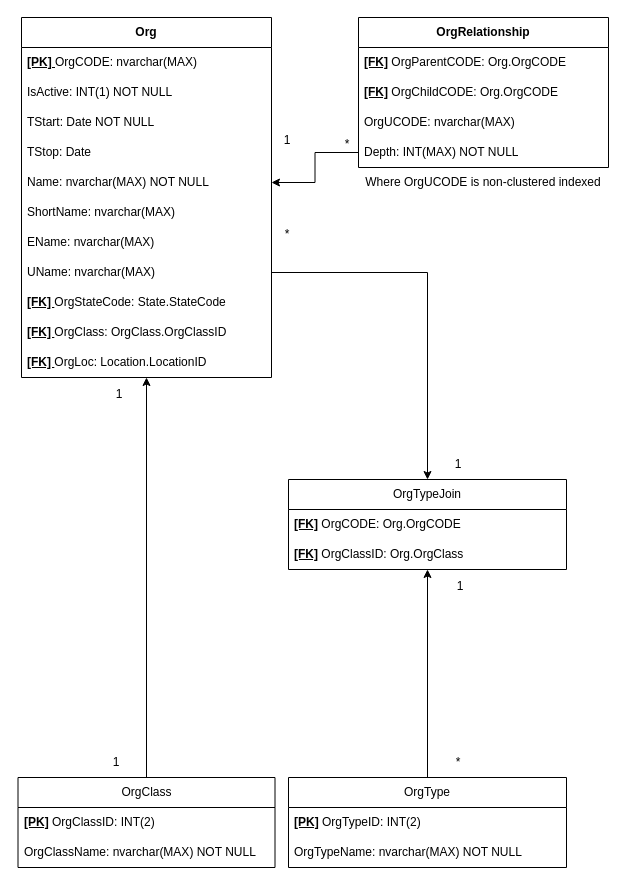
Before: doc/GCAT.Org.drawio in cosmicshuttle/GCAT.NET, a draw.io diagram. Source tidied: cells renumbered, new cells numbered last; positions are measured from the earlier drawing's top-left corner, leaving out a move shared by most shapes. Both pictures are drawn from the tidied source at 100%, with x=0, y=0 at pixel (17, 17).
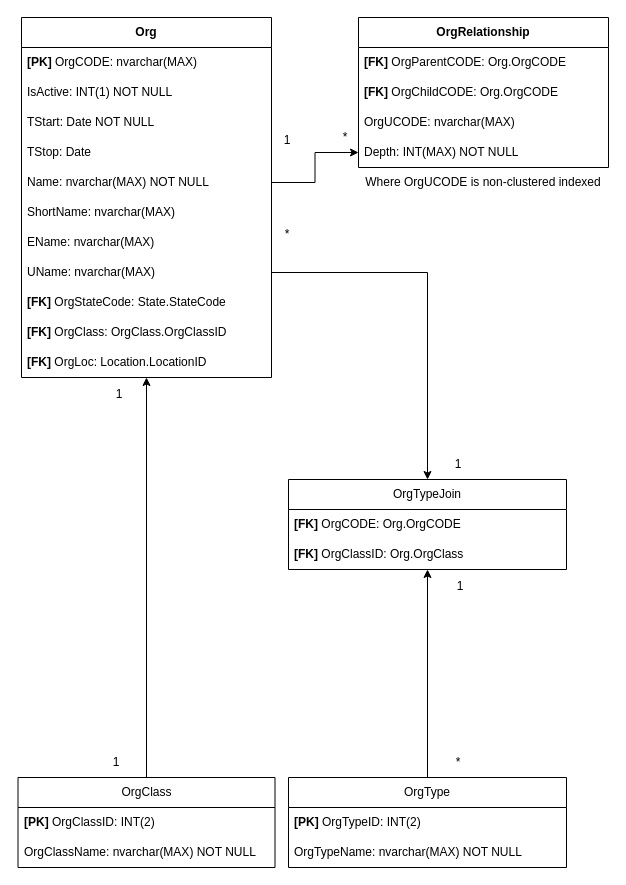
The same diagram, later.

Commit message (it also covers changes not shown here):
Launch site and point db design

Unchanged cells that the change refers to:
```xml
<mxCell id="3" value="OrgClass" style="swimlane;fontStyle=0;horizontal=1;startSize=30;whiteSpace=wrap;html=1;" parent="1" vertex="1">
  <mxGeometry x="0.5" y="760" width="257" height="90" as="geometry" />
</mxCell>
<mxCell id="7" value="OrgType" style="swimlane;fontStyle=0;horizontal=1;startSize=30;whiteSpace=wrap;html=1;" parent="1" vertex="1">
  <mxGeometry x="271" y="760" width="278" height="90" as="geometry" />
</mxCell>
<mxCell id="10" value="&lt;b&gt;OrgRelationship&lt;/b&gt;" style="swimlane;fontStyle=0;horizontal=1;startSize=30;whiteSpace=wrap;html=1;" parent="1" vertex="1">
  <mxGeometry x="341" width="250" height="150" as="geometry" />
</mxCell>
<mxCell id="14" value="Depth: INT(MAX) NOT NULL" style="text;strokeColor=none;fillColor=none;align=left;verticalAlign=middle;spacingLeft=4;spacingRight=4;overflow=hidden;points=[[0,0.5],[1,0.5]];portConstraint=eastwest;whiteSpace=wrap;html=1;" parent="10" vertex="1">
  <mxGeometry y="120" width="250" height="30" as="geometry" />
</mxCell>
<mxCell id="15" value="&lt;b&gt;Org&lt;/b&gt;" style="swimlane;fontStyle=0;horizontal=1;startSize=30;whiteSpace=wrap;html=1;" parent="1" vertex="1">
  <mxGeometry x="4" width="250" height="360" as="geometry" />
</mxCell>
<mxCell id="20" value="Name: nvarchar(MAX) NOT NULL" style="text;strokeColor=none;fillColor=none;align=left;verticalAlign=middle;spacingLeft=4;spacingRight=4;overflow=hidden;points=[[0,0.5],[1,0.5]];portConstraint=eastwest;whiteSpace=wrap;html=1;" parent="15" vertex="1">
  <mxGeometry y="150" width="250" height="30" as="geometry" />
</mxCell>
<mxCell id="27" value="OrgTypeJoin" style="swimlane;fontStyle=0;horizontal=1;startSize=30;whiteSpace=wrap;html=1;" parent="1" vertex="1">
  <mxGeometry x="271" y="462" width="278" height="90" as="geometry" />
</mxCell>
```

Change to the diagram source:
```diff
@@
-    <mxCell id="4" value="&lt;u style=&quot;font-weight: bold;&quot;&gt;[PK]&lt;/u&gt;&amp;nbsp;OrgClassID: INT(2)" style="text;strokeColor=none;fillColor=none;align=left;verticalAlign=middle;spacingLeft=4;spacingRight=4;overflow=hidden;whiteSpace=wrap;html=1;" parent="3" vertex="1">
+    <mxCell id="4" value="&lt;span style=&quot;font-weight: bold;&quot;&gt;[PK]&lt;/span&gt;&amp;nbsp;OrgClassID: INT(2)" style="text;strokeColor=none;fillColor=none;align=left;verticalAlign=middle;spacingLeft=4;spacingRight=4;overflow=hidden;whiteSpace=wrap;html=1;" parent="3" vertex="1">
       <mxGeometry y="30" width="257" height="30" as="geometry" />
     </mxCell>
@@
-    <mxCell id="8" value="&lt;u style=&quot;font-weight: bold;&quot;&gt;[PK]&lt;/u&gt;&amp;nbsp;OrgTypeID: INT(2)" style="text;strokeColor=none;fillColor=none;align=left;verticalAlign=middle;spacingLeft=4;spacingRight=4;overflow=hidden;whiteSpace=wrap;html=1;" parent="7" vertex="1">
+    <mxCell id="8" value="&lt;span style=&quot;font-weight: bold;&quot;&gt;[PK]&lt;/span&gt;&amp;nbsp;OrgTypeID: INT(2)" style="text;strokeColor=none;fillColor=none;align=left;verticalAlign=middle;spacingLeft=4;spacingRight=4;overflow=hidden;whiteSpace=wrap;html=1;" parent="7" vertex="1">
       <mxGeometry y="30" width="278" height="30" as="geometry" />
     </mxCell>
@@
-    <mxCell id="11" value="&lt;u style=&quot;font-weight: bold;&quot;&gt;[FK]&lt;/u&gt;&amp;nbsp;OrgParentCODE: Org.OrgCODE" style="text;strokeColor=none;fillColor=none;align=left;verticalAlign=middle;spacingLeft=4;spacingRight=4;overflow=hidden;whiteSpace=wrap;html=1;" parent="10" vertex="1">
+    <mxCell id="11" value="&lt;span style=&quot;font-weight: bold;&quot;&gt;[FK]&lt;/span&gt;&amp;nbsp;OrgParentCODE: Org.OrgCODE" style="text;strokeColor=none;fillColor=none;align=left;verticalAlign=middle;spacingLeft=4;spacingRight=4;overflow=hidden;whiteSpace=wrap;html=1;" parent="10" vertex="1">
       <mxGeometry y="30" width="250" height="30" as="geometry" />
     </mxCell>
-    <mxCell id="12" value="&lt;u style=&quot;font-weight: bold;&quot;&gt;[FK]&lt;/u&gt;&amp;nbsp;OrgChildCODE: Org.OrgCODE" style="text;strokeColor=none;fillColor=none;align=left;verticalAlign=middle;spacingLeft=4;spacingRight=4;overflow=hidden;whiteSpace=wrap;html=1;" parent="10" vertex="1">
+    <mxCell id="12" value="&lt;span style=&quot;font-weight: bold;&quot;&gt;[FK]&lt;/span&gt;&amp;nbsp;OrgChildCODE: Org.OrgCODE" style="text;strokeColor=none;fillColor=none;align=left;verticalAlign=middle;spacingLeft=4;spacingRight=4;overflow=hidden;whiteSpace=wrap;html=1;" parent="10" vertex="1">
       <mxGeometry y="60" width="250" height="30" as="geometry" />
     </mxCell>
@@
-    <mxCell id="16" value="&lt;u style=&quot;font-weight: bold;&quot;&gt;[PK] &lt;/u&gt;OrgCODE: nvarchar(MAX)" style="text;strokeColor=none;fillColor=none;align=left;verticalAlign=middle;spacingLeft=4;spacingRight=4;overflow=hidden;whiteSpace=wrap;html=1;" parent="15" vertex="1">
+    <mxCell id="16" value="&lt;u style=&quot;font-weight: bold;&quot;&gt;[&lt;/u&gt;&lt;span style=&quot;font-weight: bold;&quot;&gt;PK&lt;/span&gt;&lt;span style=&quot;font-weight: bold;&quot;&gt;] &lt;/span&gt;OrgCODE: nvarchar(MAX)" style="text;strokeColor=none;fillColor=none;align=left;verticalAlign=middle;spacingLeft=4;spacingRight=4;overflow=hidden;whiteSpace=wrap;html=1;" parent="15" vertex="1">
       <mxGeometry y="30" width="250" height="30" as="geometry" />
     </mxCell>
@@
-    <mxCell id="24" value="&lt;u style=&quot;font-weight: bold;&quot;&gt;[FK] &lt;/u&gt;OrgStateCode: State.StateCode" style="text;strokeColor=none;fillColor=none;align=left;verticalAlign=middle;spacingLeft=4;spacingRight=4;overflow=hidden;whiteSpace=wrap;html=1;" parent="15" vertex="1">
+    <mxCell id="24" value="&lt;u style=&quot;font-weight: bold;&quot;&gt;[&lt;/u&gt;&lt;span style=&quot;font-weight: bold;&quot;&gt;FK] &lt;/span&gt;OrgStateCode: State.StateCode" style="text;strokeColor=none;fillColor=none;align=left;verticalAlign=middle;spacingLeft=4;spacingRight=4;overflow=hidden;whiteSpace=wrap;html=1;" parent="15" vertex="1">
       <mxGeometry y="270" width="250" height="30" as="geometry" />
     </mxCell>
-    <mxCell id="25" value="&lt;u style=&quot;font-weight: bold;&quot;&gt;[FK] &lt;/u&gt;OrgClass: OrgClass.OrgClassID" style="text;strokeColor=none;fillColor=none;align=left;verticalAlign=middle;spacingLeft=4;spacingRight=4;overflow=hidden;whiteSpace=wrap;html=1;" parent="15" vertex="1">
+    <mxCell id="25" value="&lt;span style=&quot;font-weight: bold;&quot;&gt;[FK]&lt;/span&gt;&lt;span style=&quot;font-weight: bold;&quot;&gt; &lt;/span&gt;OrgClass: OrgClass.OrgClassID" style="text;strokeColor=none;fillColor=none;align=left;verticalAlign=middle;spacingLeft=4;spacingRight=4;overflow=hidden;whiteSpace=wrap;html=1;" parent="15" vertex="1">
       <mxGeometry y="300" width="250" height="30" as="geometry" />
     </mxCell>
-    <mxCell id="26" value="&lt;u style=&quot;font-weight: bold;&quot;&gt;[FK] &lt;/u&gt;OrgLoc: Location.LocationID" style="text;strokeColor=none;fillColor=none;align=left;verticalAlign=middle;spacingLeft=4;spacingRight=4;overflow=hidden;whiteSpace=wrap;html=1;" parent="15" vertex="1">
+    <mxCell id="26" value="&lt;span style=&quot;font-weight: bold;&quot;&gt;[FK] &lt;/span&gt;OrgLoc: Location.LocationID" style="text;strokeColor=none;fillColor=none;align=left;verticalAlign=middle;spacingLeft=4;spacingRight=4;overflow=hidden;whiteSpace=wrap;html=1;" parent="15" vertex="1">
       <mxGeometry y="330" width="250" height="30" as="geometry" />
     </mxCell>
@@
-    <mxCell id="28" value="&lt;u style=&quot;font-weight: bold;&quot;&gt;[FK]&lt;/u&gt;&amp;nbsp;OrgCODE: Org.OrgCODE" style="text;strokeColor=none;fillColor=none;align=left;verticalAlign=middle;spacingLeft=4;spacingRight=4;overflow=hidden;whiteSpace=wrap;html=1;" parent="27" vertex="1">
+    <mxCell id="28" value="&lt;span style=&quot;font-weight: bold;&quot;&gt;[FK]&lt;/span&gt;&amp;nbsp;OrgCODE: Org.OrgCODE" style="text;strokeColor=none;fillColor=none;align=left;verticalAlign=middle;spacingLeft=4;spacingRight=4;overflow=hidden;whiteSpace=wrap;html=1;" parent="27" vertex="1">
       <mxGeometry y="30" width="278" height="30" as="geometry" />
     </mxCell>
-    <mxCell id="29" value="&lt;u style=&quot;font-weight: bold;&quot;&gt;[FK]&lt;/u&gt;&amp;nbsp;OrgClassID: Org.OrgClass" style="text;strokeColor=none;fillColor=none;align=left;verticalAlign=middle;spacingLeft=4;spacingRight=4;overflow=hidden;whiteSpace=wrap;html=1;" parent="27" vertex="1">
+    <mxCell id="29" value="&lt;span style=&quot;font-weight: bold;&quot;&gt;[FK]&lt;/span&gt;&amp;nbsp;OrgClassID: Org.OrgClass" style="text;strokeColor=none;fillColor=none;align=left;verticalAlign=middle;spacingLeft=4;spacingRight=4;overflow=hidden;whiteSpace=wrap;html=1;" parent="27" vertex="1">
       <mxGeometry y="60" width="278" height="30" as="geometry" />
     </mxCell>
@@
-    <mxCell id="36" style="edgeStyle=orthogonalEdgeStyle;rounded=0;jettySize=auto;html=1;exitX=0;exitY=0.5;exitDx=0;exitDy=0;entryX=1;entryY=0.5;entryDx=0;entryDy=0;" parent="1" edge="1" source="14" target="20">
-      <mxGeometry relative="1" as="geometry" />
-    </mxCell>
@@
     <mxCell id="38" value="*" style="text;html=1;whiteSpace=wrap;strokeColor=none;fillColor=none;align=center;verticalAlign=middle;rounded=0;" parent="1" vertex="1">
-      <mxGeometry x="300" y="112" width="60" height="30" as="geometry" />
+      <mxGeometry x="298" y="105" width="60" height="30" as="geometry" />
     </mxCell>
@@
+    <mxCell id="41" style="edgeStyle=orthogonalEdgeStyle;rounded=0;jettySize=auto;html=1;exitX=1;exitY=0.5;exitDx=0;exitDy=0;entryX=0;entryY=0.5;entryDx=0;entryDy=0;" parent="1" edge="1" source="20" target="14">
+      <mxGeometry relative="1" as="geometry" />
+    </mxCell>
```
